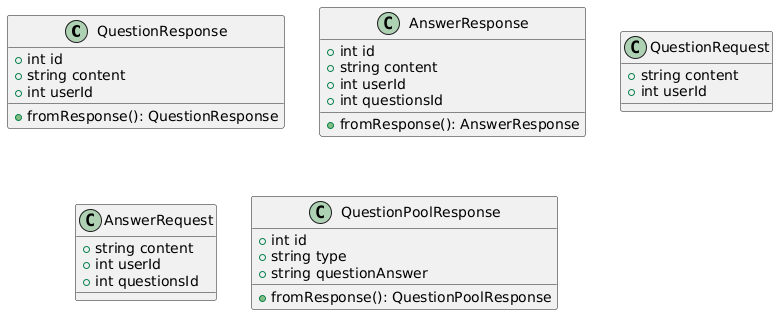
Above: assets/class-diagrams/consultingWeb.png in wemade-IoT/Documents_Repository (PlantUML), before the change.
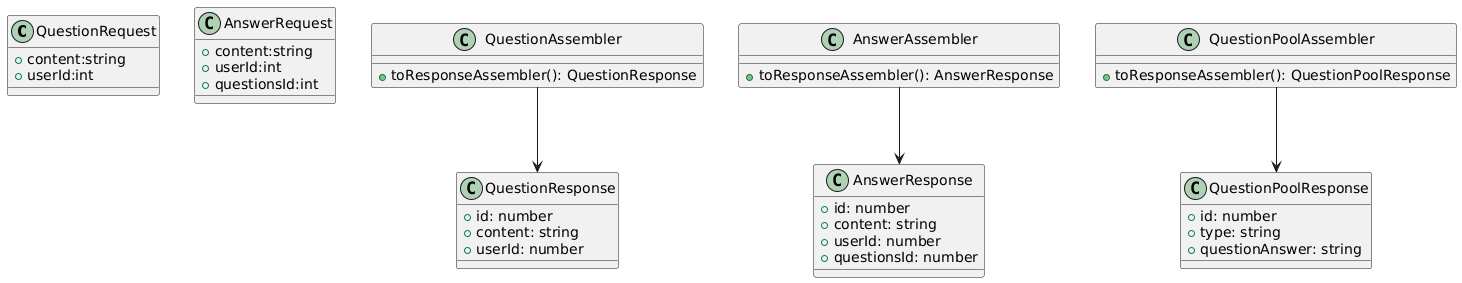
Later version of the same file.

Commit message:
docs: changed consulting web application class diagram

What changed in the source:
```diff
@@ -1,34 +1,47 @@
 @startuml
+class QuestionRequest{
+  +content:string
+  +userId:int
+}
+
+class AnswerRequest{
+  +content:string
+  +userId:int
+  +questionsId:int
+}
+
 class QuestionResponse {
-  +int id
-  +string content
-  +int userId
-  +fromResponse(): QuestionResponse
+  +id: number
+  +content: string
+  +userId: number
 }
 
 class AnswerResponse {
-  +int id
-  +string content
-  +int userId
-  +int questionsId
-  +fromResponse(): AnswerResponse
-}
-
-class QuestionRequest{
-  +string content
-  +int userId
-}
-
-class AnswerRequest{
-  +string content
-  +int userId
-  +int questionsId
+  +id: number
+  +content: string
+  +userId: number
+  +questionsId: number
 }
 
 class QuestionPoolResponse {
-  +int id
-  +string type
-  +string questionAnswer
-  +fromResponse(): QuestionPoolResponse
+  +id: number
+  +type: string
+  +questionAnswer: string
 }
+
+class QuestionAssembler {
+  +toResponseAssembler(): QuestionResponse
+}
+
+class AnswerAssembler {
+  +toResponseAssembler(): AnswerResponse
+}
+
+class QuestionPoolAssembler {
+  +toResponseAssembler(): QuestionPoolResponse
+}
+
+QuestionAssembler --> QuestionResponse
+AnswerAssembler --> AnswerResponse
+QuestionPoolAssembler --> QuestionPoolResponse
 @enduml
```
